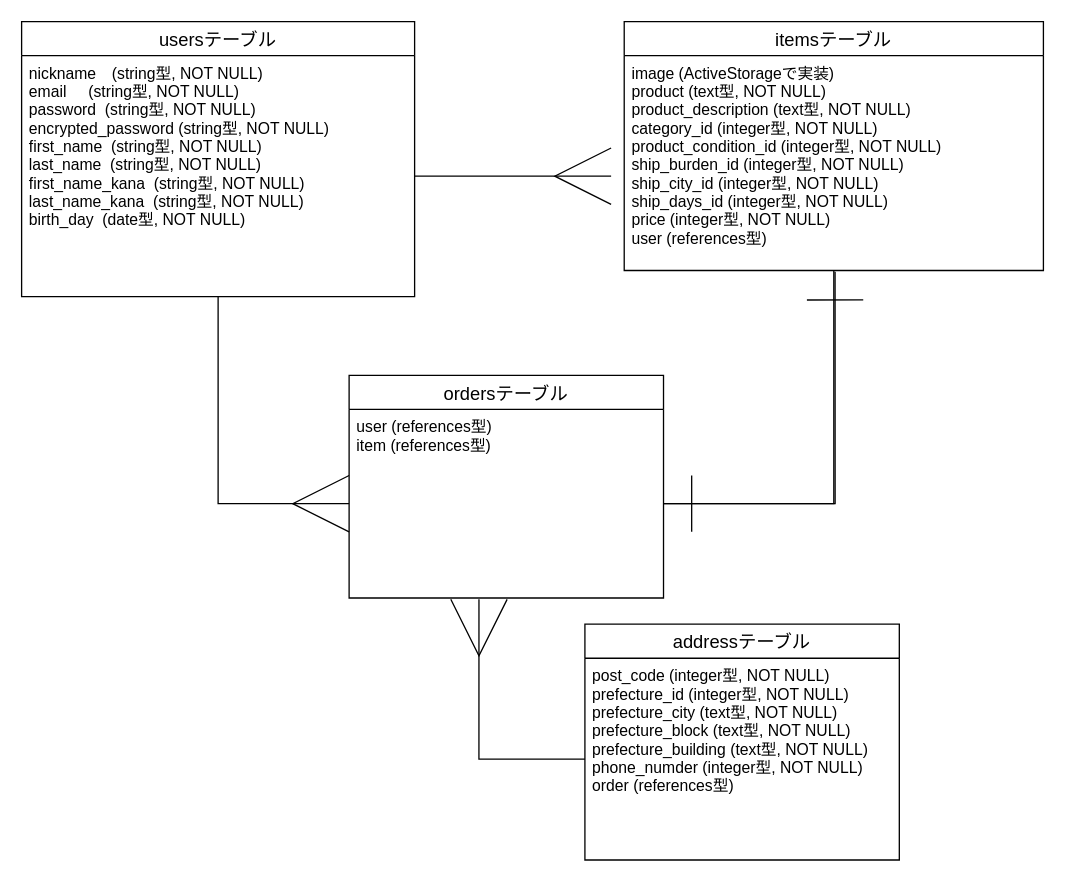
Above: furima.dio in haru0418/furima-33967 (draw.io), before the change. Source tidied: cells renumbered, new cells numbered last; positions are measured from the earlier drawing's top-left corner, leaving out a move shared by most shapes. Both pictures are drawn from the tidied source at 131%, with x=0, y=0 at pixel (21, 21).
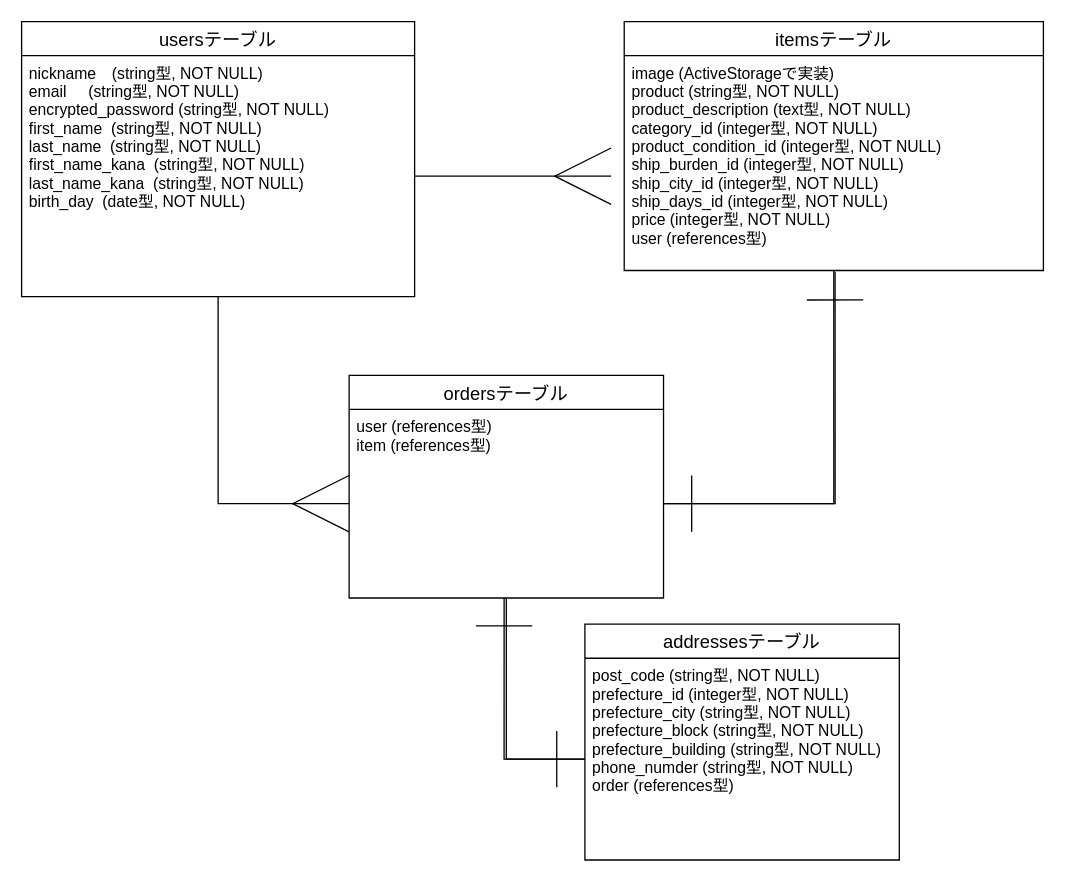
After the change.

Change to the diagram source:
```diff
@@
 <mxGraphModel>
   <root>
     <mxCell id="0" />
     <mxCell id="1" parent="0" />
     <mxCell id="2" style="edgeStyle=orthogonalEdgeStyle;rounded=0;jumpStyle=none;jettySize=auto;html=1;entryX=0;entryY=0.5;entryDx=0;entryDy=0;endArrow=ERmany;endFill=0;endSize=41;targetPerimeterSpacing=13;strokeWidth=1;fontColor=none;" parent="1" edge="1" source="3" target="9">
       <mxGeometry relative="1" as="geometry" />
     </mxCell>
     <mxCell id="3" value="usersテーブル" style="swimlane;fontStyle=0;horizontal=1;startSize=26;align=center;fontSize=14;" parent="1" vertex="1">
       <mxGeometry width="300" height="210" as="geometry" />
     </mxCell>
-    <mxCell id="4" value="nickname　(string型, NOT NULL)&#10;email     (string型, NOT NULL)&#10;password  (string型, NOT NULL)&#10;encrypted_password (string型, NOT NULL)&#10;first_name  (string型, NOT NULL)&#10;last_name  (string型, NOT NULL)&#10;first_name_kana  (string型, NOT NULL)&#10;last_name_kana  (string型, NOT NULL)&#10;birth_day  (date型, NOT NULL)&#10;" style="text;strokeColor=none;fillColor=none;spacingLeft=4;spacingRight=4;overflow=hidden;points=[[0,0.5],[1,0.5]];portConstraint=eastwest;fontSize=12;" parent="3" vertex="1">
+    <mxCell id="4" value="nickname　(string型, NOT NULL)&#10;email     (string型, NOT NULL)&#10;encrypted_password (string型, NOT NULL)&#10;first_name  (string型, NOT NULL)&#10;last_name  (string型, NOT NULL)&#10;first_name_kana  (string型, NOT NULL)&#10;last_name_kana  (string型, NOT NULL)&#10;birth_day  (date型, NOT NULL)&#10;" style="text;strokeColor=none;fillColor=none;spacingLeft=4;spacingRight=4;overflow=hidden;points=[[0,0.5],[1,0.5]];portConstraint=eastwest;fontSize=12;" parent="3" vertex="1">
       <mxGeometry y="26" width="300" height="184" as="geometry" />
     </mxCell>
     <mxCell id="5" style="edgeStyle=orthogonalEdgeStyle;rounded=0;jumpStyle=none;jettySize=auto;html=1;entryX=1;entryY=0.5;entryDx=0;entryDy=0;endArrow=ERone;endFill=0;endSize=41;targetPerimeterSpacing=13;strokeWidth=1;fontColor=none;" parent="1" edge="1" source="6" target="9">
       <mxGeometry relative="1" as="geometry" />
     </mxCell>
     <mxCell id="6" value="itemsテーブル" style="swimlane;fontStyle=0;horizontal=1;startSize=26;align=center;fontSize=14;" parent="1" vertex="1">
       <mxGeometry x="460" width="320" height="190" as="geometry" />
     </mxCell>
-    <mxCell id="7" value="image (ActiveStorageで実装)&#10;product (text型, NOT NULL)&#10;product_description (text型, NOT NULL)&#10;category_id (integer型, NOT NULL)&#10;product_condition_id (integer型, NOT NULL)&#10;ship_burden_id (integer型, NOT NULL)&#10;ship_city_id (integer型, NOT NULL)&#10;ship_days_id (integer型, NOT NULL)&#10;price (integer型, NOT NULL)&#10;user (references型)" style="text;strokeColor=none;fillColor=none;spacingLeft=4;spacingRight=4;overflow=hidden;points=[[0,0.5],[1,0.5]];portConstraint=eastwest;fontSize=12;" parent="6" vertex="1">
+    <mxCell id="7" value="image (ActiveStorageで実装)&#10;product (string型, NOT NULL)&#10;product_description (text型, NOT NULL)&#10;category_id (integer型, NOT NULL)&#10;product_condition_id (integer型, NOT NULL)&#10;ship_burden_id (integer型, NOT NULL)&#10;ship_city_id (integer型, NOT NULL)&#10;ship_days_id (integer型, NOT NULL)&#10;price (integer型, NOT NULL)&#10;user (references型)" style="text;strokeColor=none;fillColor=none;spacingLeft=4;spacingRight=4;overflow=hidden;points=[[0,0.5],[1,0.5]];portConstraint=eastwest;fontSize=12;" parent="6" vertex="1">
       <mxGeometry y="26" width="320" height="164" as="geometry" />
     </mxCell>
+    <mxCell id="15" style="edgeStyle=orthogonalEdgeStyle;rounded=0;jumpStyle=none;jettySize=auto;html=1;entryX=0;entryY=0.5;entryDx=0;entryDy=0;endArrow=ERone;endFill=0;endSize=41;targetPerimeterSpacing=13;strokeWidth=1;fontColor=none;" parent="1" edge="1" source="8" target="11">
+      <mxGeometry relative="1" as="geometry" />
+    </mxCell>
     <mxCell id="8" value="ordersテーブル" style="swimlane;fontStyle=0;horizontal=1;startSize=26;align=center;fontSize=14;" parent="1" vertex="1">
       <mxGeometry x="250" y="270" width="240" height="170" as="geometry" />
     </mxCell>
     <mxCell id="9" value="user (references型)&#10;item (references型)" style="text;strokeColor=none;fillColor=none;spacingLeft=4;spacingRight=4;overflow=hidden;points=[[0,0.5],[1,0.5]];portConstraint=eastwest;fontSize=12;" parent="8" vertex="1">
       <mxGeometry y="26" width="240" height="144" as="geometry" />
     </mxCell>
-    <mxCell id="10" value="addressテーブル" style="swimlane;fontStyle=0;horizontal=1;startSize=26;align=center;fontSize=14;" parent="1" vertex="1">
+    <mxCell id="10" value="addressesテーブル" style="swimlane;fontStyle=0;horizontal=1;startSize=26;align=center;fontSize=14;" parent="1" vertex="1">
       <mxGeometry x="430" y="460" width="240" height="180" as="geometry" />
     </mxCell>
-    <mxCell id="11" value="post_code (integer型, NOT NULL)&#10;prefecture_id (integer型, NOT NULL)&#10;prefecture_city (text型, NOT NULL)&#10;prefecture_block (text型, NOT NULL)&#10;prefecture_building (text型, NOT NULL)&#10;phone_numder (integer型, NOT NULL)&#10;order (references型)" style="text;strokeColor=none;fillColor=none;spacingLeft=4;spacingRight=4;overflow=hidden;points=[[0,0.5],[1,0.5]];portConstraint=eastwest;fontSize=12;" parent="10" vertex="1">
+    <mxCell id="11" value="post_code (string型, NOT NULL)&#10;prefecture_id (integer型, NOT NULL)&#10;prefecture_city (string型, NOT NULL)&#10;prefecture_block (string型, NOT NULL)&#10;prefecture_building (string型, NOT NULL)&#10;phone_numder (string型, NOT NULL)&#10;order (references型)" style="text;strokeColor=none;fillColor=none;spacingLeft=4;spacingRight=4;overflow=hidden;points=[[0,0.5],[1,0.5]];portConstraint=eastwest;fontSize=12;" parent="10" vertex="1">
       <mxGeometry y="26" width="240" height="154" as="geometry" />
     </mxCell>
     <mxCell id="12" style="edgeStyle=orthogonalEdgeStyle;rounded=0;jumpStyle=none;jettySize=auto;html=1;endArrow=ERmany;endFill=0;endSize=41;targetPerimeterSpacing=13;strokeWidth=1;fontColor=none;" parent="1" edge="1" source="4">
       <mxGeometry relative="1" as="geometry">
         <mxPoint x="450" y="118" as="targetPoint" />
       </mxGeometry>
     </mxCell>
     <mxCell id="13" style="edgeStyle=orthogonalEdgeStyle;rounded=0;jumpStyle=none;jettySize=auto;html=1;entryX=0.503;entryY=1.006;entryDx=0;entryDy=0;entryPerimeter=0;endArrow=ERone;endFill=0;endSize=41;targetPerimeterSpacing=13;strokeWidth=1;fontColor=none;" parent="1" edge="1" source="9" target="7">
       <mxGeometry relative="1" as="geometry" />
     </mxCell>
-    <mxCell id="14" style="edgeStyle=orthogonalEdgeStyle;rounded=0;jumpStyle=none;jettySize=auto;html=1;entryX=0.413;entryY=1.007;entryDx=0;entryDy=0;entryPerimeter=0;endArrow=ERmany;endFill=0;endSize=41;targetPerimeterSpacing=13;strokeWidth=1;fontColor=none;" parent="1" edge="1" source="11" target="9">
-      <mxGeometry relative="1" as="geometry" />
+    <mxCell id="14" style="edgeStyle=orthogonalEdgeStyle;rounded=0;jumpStyle=none;jettySize=auto;html=1;entryX=0.493;entryY=0.998;entryDx=0;entryDy=0;entryPerimeter=0;endArrow=ERone;endFill=0;endSize=41;targetPerimeterSpacing=13;strokeWidth=1;fontColor=none;" parent="1" edge="1" source="11" target="9">
+      <mxGeometry relative="1" as="geometry">
+        <Array as="points">
+          <mxPoint x="368" y="563" />
+        </Array>
+      </mxGeometry>
     </mxCell>
   </root>
 </mxGraphModel>
```
